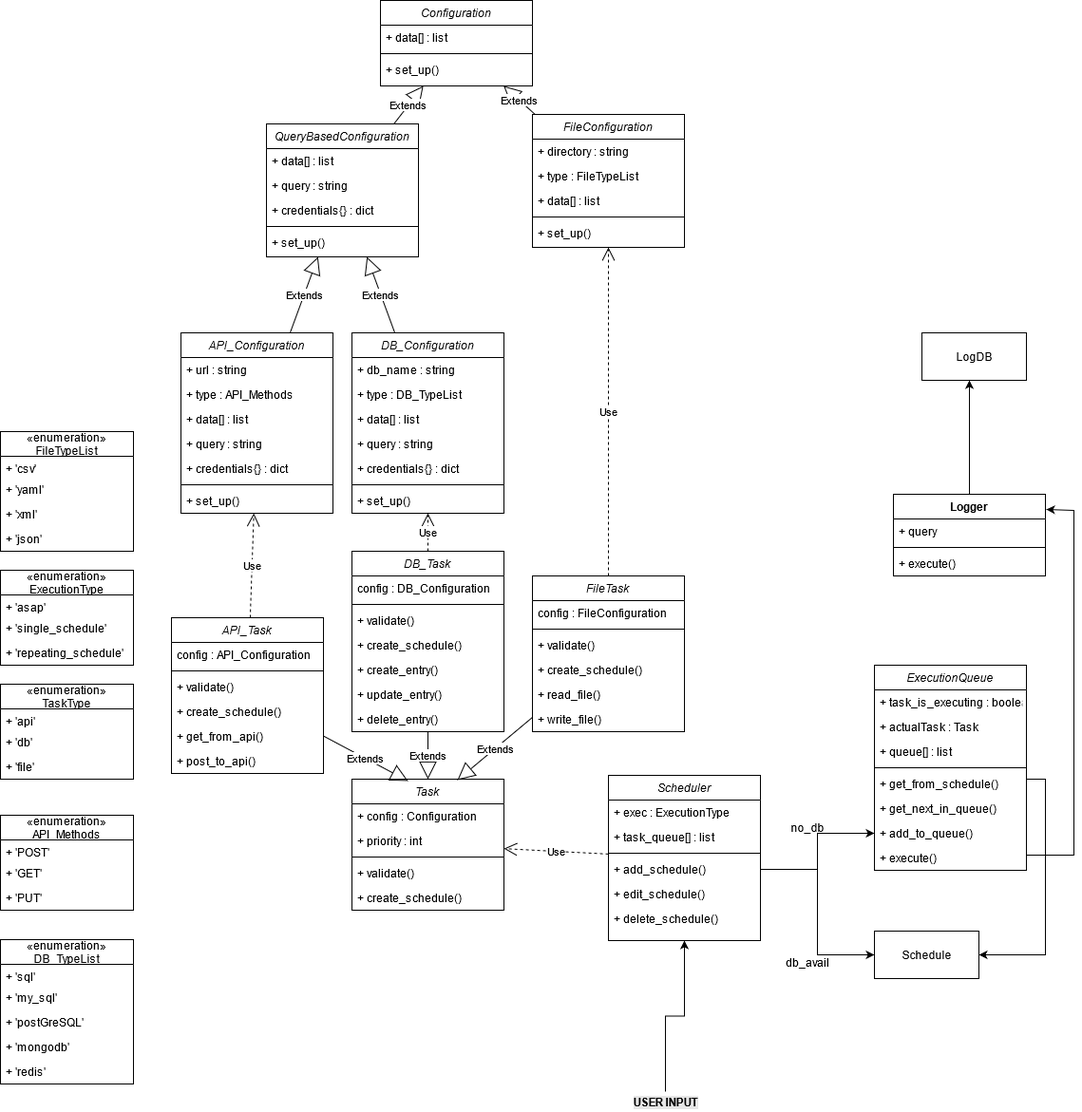
This is Task_Manager_ClassDiag_v0.2.png from andresduarter22/task-manager, a draw.io export, as it was before one commit. Source tidied: cells renumbered, new cells last; positions are measured from the earlier drawing's top-left corner, leaving out a move shared by most shapes.
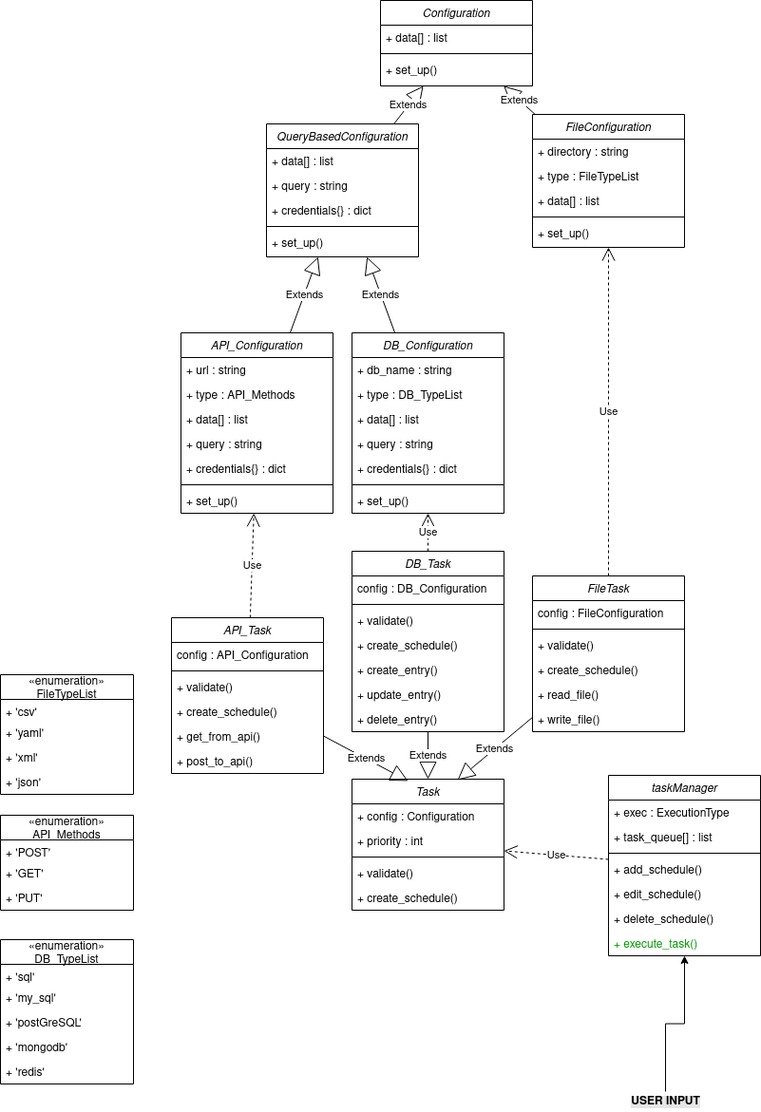
Later version of the same file.

What changed in the source:
```diff
@@ -23,8 +23,8 @@
     <mxCell id="8" value="+ post_to_api()" style="text;align=left;verticalAlign=top;spacingLeft=4;spacingRight=4;overflow=hidden;" parent="2" vertex="1">
       <mxGeometry y="138" width="160" height="26" as="geometry" />
     </mxCell>
-    <mxCell id="9" value="Scheduler" style="swimlane;fontStyle=2;align=center;verticalAlign=top;horizontal=1;startSize=26;rounded=0;shadow=0;strokeWidth=1;" parent="1" vertex="1">
-      <mxGeometry x="640" y="816" width="160" height="174" as="geometry" />
+    <mxCell id="9" value="taskManager" style="swimlane;fontStyle=2;align=center;verticalAlign=top;horizontal=1;startSize=26;rounded=0;shadow=0;strokeWidth=1;" parent="1" vertex="1">
+      <mxGeometry x="640" y="816" width="160" height="190" as="geometry" />
     </mxCell>
     <mxCell id="10" value="+ exec : ExecutionType" style="text;align=left;verticalAlign=top;spacingLeft=4;spacingRight=4;overflow=hidden;" parent="9" vertex="1">
       <mxGeometry y="26" width="160" height="26" as="geometry" />
@@ -44,6 +44,9 @@
     <mxCell id="15" value="+ delete_schedule()" style="text;align=left;verticalAlign=top;spacingLeft=4;spacingRight=4;overflow=hidden;" parent="9" vertex="1">
       <mxGeometry y="138" width="160" height="26" as="geometry" />
     </mxCell>
+    <mxCell id="127" value="+ execute_task()" style="text;align=left;verticalAlign=top;spacingLeft=4;spacingRight=4;overflow=hidden;fontColor=#009900;" parent="9" vertex="1">
+      <mxGeometry y="164" width="160" height="26" as="geometry" />
+    </mxCell>
     <mxCell id="16" value="API_Configuration" style="swimlane;fontStyle=2;align=center;verticalAlign=top;horizontal=1;startSize=26;rounded=0;shadow=0;strokeWidth=1;" parent="1" vertex="1">
       <mxGeometry x="190" y="350" width="160" height="190" as="geometry" />
     </mxCell>
@@ -140,18 +143,6 @@
     <mxCell id="47" value="Extends" style="endArrow=block;endSize=16;endFill=0;html=1;entryX=0.694;entryY=0.007;entryDx=0;entryDy=0;entryPerimeter=0;" parent="1" edge="1" source="38" target="24">
       <mxGeometry relative="1" as="geometry" />
     </mxCell>
-    <mxCell id="48" value="«enumeration»&#10;TaskType" style="swimlane;fontStyle=0;horizontal=1;startSize=26;fillColor=none;" parent="1" vertex="1">
-      <mxGeometry y="720" width="140" height="100" as="geometry" />
-    </mxCell>
-    <mxCell id="49" value="+ 'api'" style="text;strokeColor=none;fillColor=none;align=left;verticalAlign=top;spacingLeft=4;spacingRight=4;overflow=hidden;" parent="48" vertex="1">
-      <mxGeometry y="26" width="140" height="22" as="geometry" />
-    </mxCell>
-    <mxCell id="50" value="+ 'db'&#10;" style="text;strokeColor=none;fillColor=none;align=left;verticalAlign=top;spacingLeft=4;spacingRight=4;overflow=hidden;" parent="48" vertex="1">
-      <mxGeometry y="48" width="140" height="26" as="geometry" />
-    </mxCell>
-    <mxCell id="51" value="+ 'file'" style="text;strokeColor=none;fillColor=none;align=left;verticalAlign=top;spacingLeft=4;spacingRight=4;overflow=hidden;" parent="48" vertex="1">
-      <mxGeometry y="74" width="140" height="26" as="geometry" />
-    </mxCell>
     <mxCell id="52" value="«enumeration»&#10;DB_TypeList" style="swimlane;fontStyle=0;horizontal=1;startSize=26;fillColor=none;" parent="1" vertex="1">
       <mxGeometry y="989" width="140" height="152" as="geometry" />
     </mxCell>
@@ -234,7 +225,7 @@
       <mxGeometry y="74" width="140" height="26" as="geometry" />
     </mxCell>
     <mxCell id="79" value="«enumeration»&#10;FileTypeList" style="swimlane;fontStyle=0;horizontal=1;startSize=26;fillColor=none;" parent="1" vertex="1">
-      <mxGeometry y="454" width="140" height="126" as="geometry" />
+      <mxGeometry y="710" width="140" height="126" as="geometry" />
     </mxCell>
     <mxCell id="80" value="+ 'csv'" style="text;strokeColor=none;fillColor=none;align=left;verticalAlign=top;spacingLeft=4;spacingRight=4;overflow=hidden;" parent="79" vertex="1">
       <mxGeometry y="26" width="140" height="22" as="geometry" />
@@ -290,111 +281,14 @@
     <mxCell id="97" value="Extends" style="endArrow=block;endSize=16;endFill=0;html=1;" parent="1" edge="1" source="66" target="84">
       <mxGeometry relative="1" as="geometry" />
     </mxCell>
-    <mxCell id="98" value="«enumeration»&#10;ExecutionType" style="swimlane;fontStyle=0;horizontal=1;startSize=26;fillColor=none;" parent="1" vertex="1">
-      <mxGeometry y="600" width="140" height="100" as="geometry" />
-    </mxCell>
-    <mxCell id="99" value="+ 'asap'" style="text;strokeColor=none;fillColor=none;align=left;verticalAlign=top;spacingLeft=4;spacingRight=4;overflow=hidden;" parent="98" vertex="1">
-      <mxGeometry y="26" width="140" height="22" as="geometry" />
-    </mxCell>
-    <mxCell id="100" value="+ 'single_schedule'&#10;" style="text;strokeColor=none;fillColor=none;align=left;verticalAlign=top;spacingLeft=4;spacingRight=4;overflow=hidden;" parent="98" vertex="1">
-      <mxGeometry y="48" width="140" height="26" as="geometry" />
-    </mxCell>
-    <mxCell id="101" value="+ 'repeating_schedule'" style="text;strokeColor=none;fillColor=none;align=left;verticalAlign=top;spacingLeft=4;spacingRight=4;overflow=hidden;" parent="98" vertex="1">
-      <mxGeometry y="74" width="140" height="26" as="geometry" />
-    </mxCell>
-    <mxCell id="102" value="ExecutionQueue" style="swimlane;fontStyle=2;align=center;verticalAlign=top;horizontal=1;startSize=26;rounded=0;shadow=0;strokeWidth=1;" parent="1" vertex="1">
-      <mxGeometry x="920" y="700" width="160" height="216" as="geometry" />
-    </mxCell>
-    <mxCell id="103" value="+ task_is_executing : boolean" style="text;align=left;verticalAlign=top;spacingLeft=4;spacingRight=4;overflow=hidden;" parent="102" vertex="1">
-      <mxGeometry y="26" width="160" height="26" as="geometry" />
-    </mxCell>
-    <mxCell id="104" value="+ actualTask : Task" style="text;align=left;verticalAlign=top;spacingLeft=4;spacingRight=4;overflow=hidden;" parent="102" vertex="1">
-      <mxGeometry y="52" width="160" height="26" as="geometry" />
-    </mxCell>
-    <mxCell id="105" value="+ queue[] : list" style="text;align=left;verticalAlign=top;spacingLeft=4;spacingRight=4;overflow=hidden;" parent="102" vertex="1">
-      <mxGeometry y="78" width="160" height="26" as="geometry" />
-    </mxCell>
-    <mxCell id="106" style="line;html=1;strokeWidth=1;align=left;verticalAlign=middle;spacingTop=-1;spacingLeft=3;spacingRight=3;labelPosition=right;" parent="102" vertex="1">
-      <mxGeometry y="104" width="160" height="8" as="geometry" />
-    </mxCell>
-    <mxCell id="107" value="+ get_from_schedule()" style="text;align=left;verticalAlign=top;spacingLeft=4;spacingRight=4;overflow=hidden;" parent="102" vertex="1">
-      <mxGeometry y="112" width="160" height="26" as="geometry" />
-    </mxCell>
-    <mxCell id="108" value="+ get_next_in_queue()" style="text;align=left;verticalAlign=top;spacingLeft=4;spacingRight=4;overflow=hidden;" parent="102" vertex="1">
-      <mxGeometry y="138" width="160" height="26" as="geometry" />
-    </mxCell>
-    <mxCell id="109" value="+ add_to_queue()" style="text;align=left;verticalAlign=top;spacingLeft=4;spacingRight=4;overflow=hidden;points=[[0,0.5],[1,0.5]];portConstraint=eastwest;" parent="102" vertex="1">
-      <mxGeometry y="164" width="160" height="26" as="geometry" />
-    </mxCell>
-    <mxCell id="110" value="+ execute()" style="text;align=left;verticalAlign=top;spacingLeft=4;spacingRight=4;overflow=hidden;points=[[0,0.5],[1,0.5]];portConstraint=eastwest;" parent="102" vertex="1">
-      <mxGeometry y="190" width="160" height="26" as="geometry" />
-    </mxCell>
-    <mxCell id="111" value="Schedule" style="html=1;" parent="1" vertex="1">
-      <mxGeometry x="920" y="980" width="110" height="50" as="geometry" />
-    </mxCell>
-    <mxCell id="112" style="edgeStyle=orthogonalEdgeStyle;rounded=0;jettySize=auto;html=1;exitX=1;exitY=0.5;exitDx=0;exitDy=0;entryX=0;entryY=0.5;entryDx=0;entryDy=0;" parent="1" edge="1" source="13" target="111">
-      <mxGeometry relative="1" as="geometry" />
-    </mxCell>
     <mxCell id="113" style="edgeStyle=orthogonalEdgeStyle;rounded=0;jettySize=auto;html=1;exitX=1;exitY=0.5;exitDx=0;exitDy=0;" parent="1" edge="1" target="9">
       <mxGeometry relative="1" as="geometry">
         <mxPoint x="700" y="1149" as="sourcePoint" />
       </mxGeometry>
     </mxCell>
-    <mxCell id="114" value="Logger" style="swimlane;fontStyle=1;align=center;verticalAlign=top;horizontal=1;startSize=26;" parent="1" vertex="1">
-      <mxGeometry x="940" y="520" width="160" height="86" as="geometry" />
-    </mxCell>
-    <mxCell id="115" value="+ query" style="text;strokeColor=none;fillColor=none;align=left;verticalAlign=top;spacingLeft=4;spacingRight=4;overflow=hidden;" parent="114" vertex="1">
-      <mxGeometry y="26" width="160" height="26" as="geometry" />
-    </mxCell>
-    <mxCell id="116" style="line;strokeWidth=1;fillColor=none;align=left;verticalAlign=middle;spacingTop=-1;spacingLeft=3;spacingRight=3;labelPosition=right;" parent="114" vertex="1">
-      <mxGeometry y="52" width="160" height="8" as="geometry" />
-    </mxCell>
-    <mxCell id="117" value="+ execute()" style="text;strokeColor=none;fillColor=none;align=left;verticalAlign=top;spacingLeft=4;spacingRight=4;overflow=hidden;" parent="114" vertex="1">
-      <mxGeometry y="60" width="160" height="26" as="geometry" />
-    </mxCell>
-    <mxCell id="118" style="edgeStyle=orthogonalEdgeStyle;rounded=0;jettySize=auto;html=1;exitX=1;exitY=0.5;exitDx=0;exitDy=0;entryX=1.006;entryY=0.186;entryDx=0;entryDy=0;entryPerimeter=0;" parent="1" edge="1" source="110" target="114">
-      <mxGeometry relative="1" as="geometry">
-        <Array as="points">
-          <mxPoint x="1080" y="900" />
-          <mxPoint x="1130" y="900" />
-          <mxPoint x="1130" y="537" />
-          <mxPoint x="1101" y="537" />
-        </Array>
-      </mxGeometry>
-    </mxCell>
-    <mxCell id="119" value="LogDB" style="html=1;" parent="1" vertex="1">
-      <mxGeometry x="970" y="350" width="110" height="50" as="geometry" />
-    </mxCell>
-    <mxCell id="120" style="edgeStyle=orthogonalEdgeStyle;rounded=0;jettySize=auto;html=1;exitX=0.5;exitY=0;exitDx=0;exitDy=0;" parent="1" edge="1" source="114" target="119">
-      <mxGeometry relative="1" as="geometry">
-        <Array as="points">
-          <mxPoint x="1020" y="430" />
-          <mxPoint x="1020" y="430" />
-        </Array>
-      </mxGeometry>
-    </mxCell>
-    <mxCell id="121" style="edgeStyle=orthogonalEdgeStyle;rounded=0;jettySize=auto;html=1;exitX=1;exitY=0.5;exitDx=0;exitDy=0;entryX=0;entryY=0.5;entryDx=0;entryDy=0;" parent="1" edge="1" source="13" target="109">
-      <mxGeometry relative="1" as="geometry" />
-    </mxCell>
-    <mxCell id="122" value="db_avail" style="text;align=center;fontStyle=0;verticalAlign=middle;spacingLeft=3;spacingRight=3;strokeColor=none;" parent="1" vertex="1">
-      <mxGeometry x="810" y="1000" width="80" height="26" as="geometry" />
-    </mxCell>
-    <mxCell id="123" value="no_db" style="text;align=center;fontStyle=0;verticalAlign=middle;spacingLeft=3;spacingRight=3;strokeColor=none;" parent="1" vertex="1">
-      <mxGeometry x="810" y="858" width="80" height="26" as="geometry" />
-    </mxCell>
     <mxCell id="124" value="Use" style="endArrow=open;endSize=12;dashed=1;html=1;" parent="1" edge="1" source="9" target="24">
       <mxGeometry relative="1" as="geometry" />
     </mxCell>
-    <mxCell id="125" style="edgeStyle=orthogonalEdgeStyle;rounded=0;jettySize=auto;html=1;entryX=1;entryY=0.5;entryDx=0;entryDy=0;" parent="1" edge="1" target="111">
-      <mxGeometry relative="1" as="geometry">
-        <mxPoint x="1080" y="830" as="sourcePoint" />
-        <Array as="points">
-          <mxPoint x="1080" y="820" />
-          <mxPoint x="1100" y="820" />
-          <mxPoint x="1100" y="1005" />
-        </Array>
-      </mxGeometry>
-    </mxCell>
     <mxCell id="126" value="&lt;span style=&quot;background-color: rgb(230 , 230 , 230)&quot;&gt;&lt;b&gt;USER INPUT&lt;br&gt;&lt;/b&gt;&lt;/span&gt;" style="text;html=1;align=center;verticalAlign=middle;strokeColor=none;" parent="1" vertex="1">
       <mxGeometry x="655" y="1150" width="90" height="20" as="geometry" />
     </mxCell>
```
